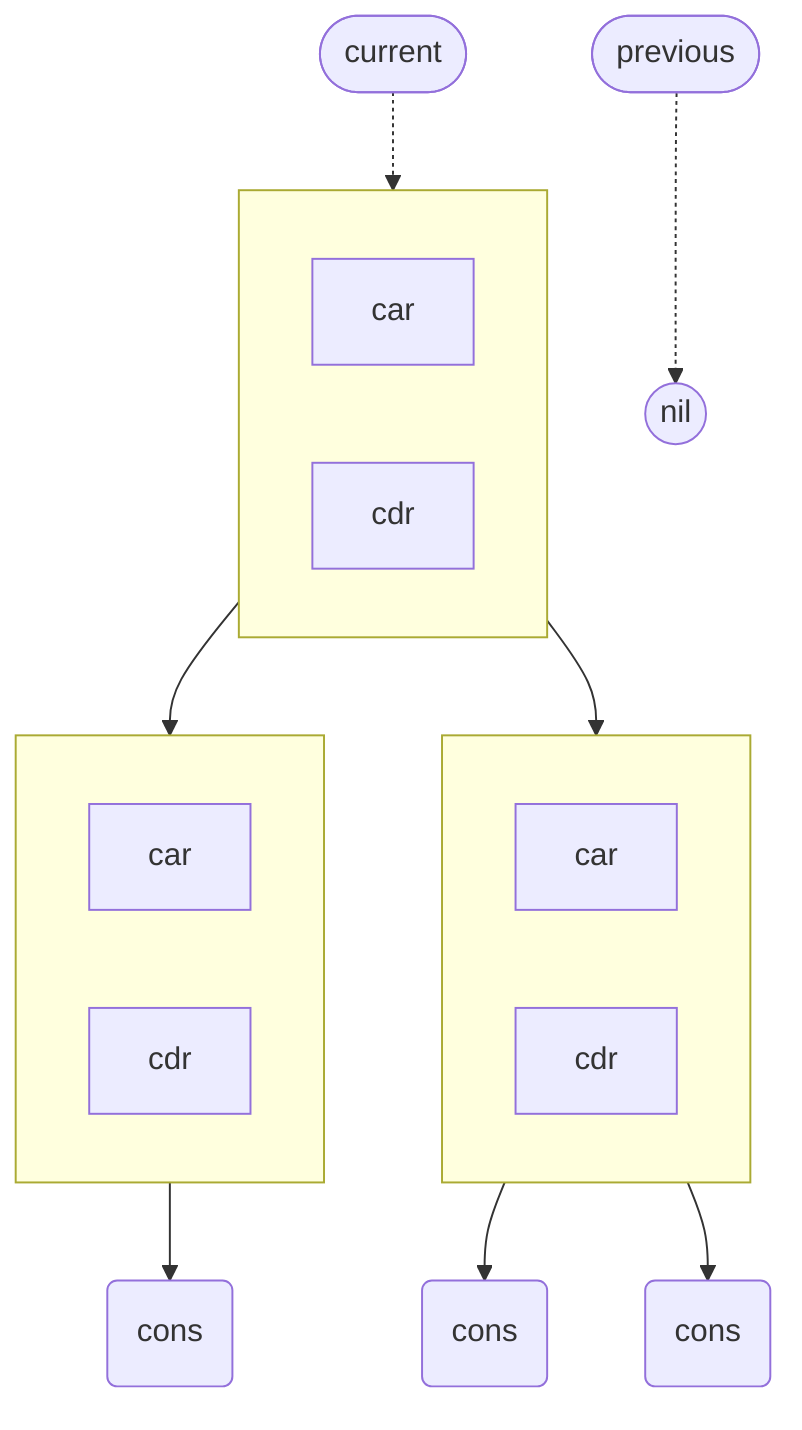
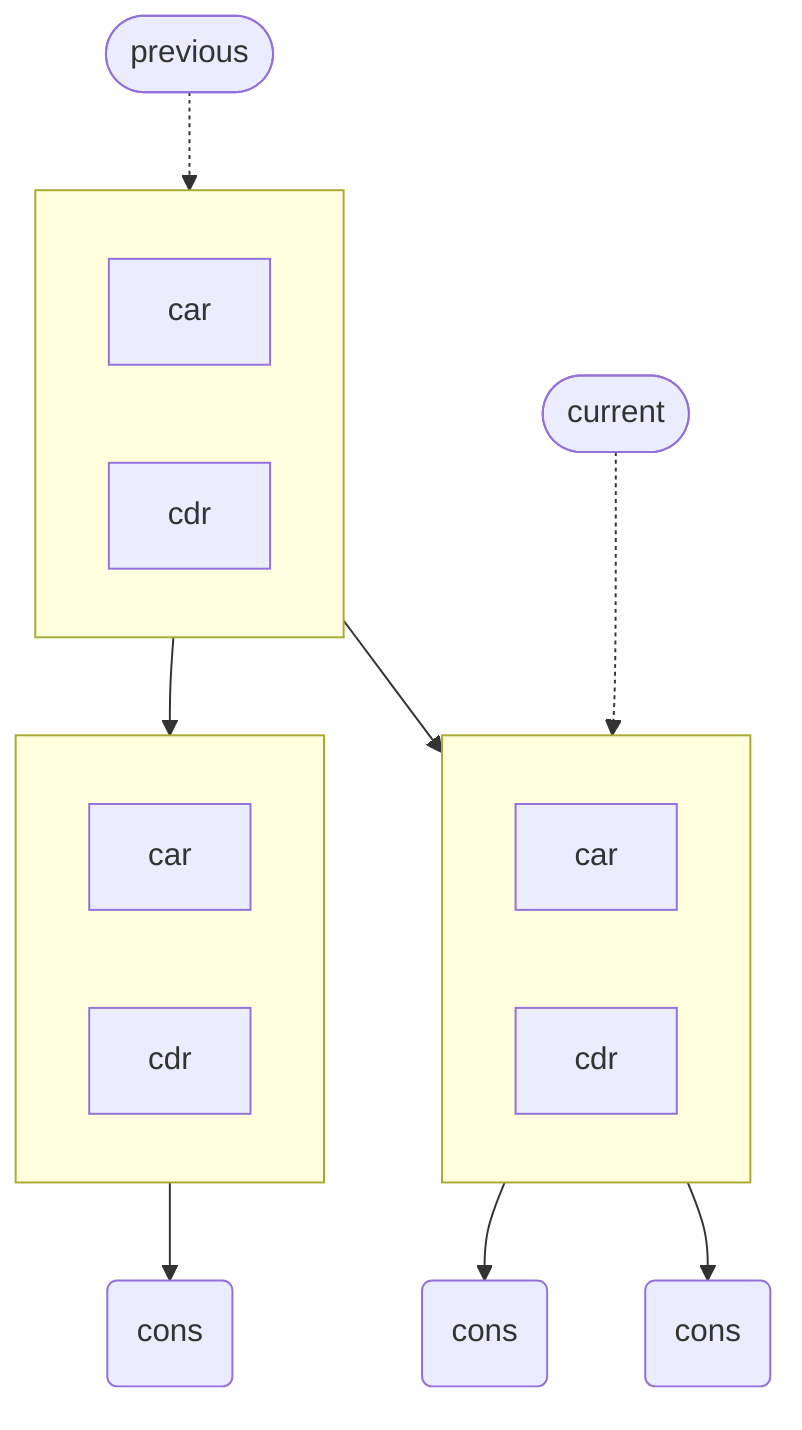
flowchart TB
-   current([current]) -.-> a
-   previous([previous]) -.-> n0((nil))

  subgraph a[" "]
    direction LR
    a0[car]:::red
    a1[cdr]:::blue
  end

+   previous([previous]) -.-> a1
+ 
  subgraph b[" "]
    direction LR
    b0[car]:::red
    b1[cdr]:::blue
  end
+ 
+   current([current]) -.-> b1

  subgraph c[" "]
    direction LR
    c0[car]:::red
    c1[cdr]:::blue
  end

  a0 --> b
  a1 --> c
  b0 --> d1(cons)
  b1 --> d2(cons)
  c0 --> d3(cons)
